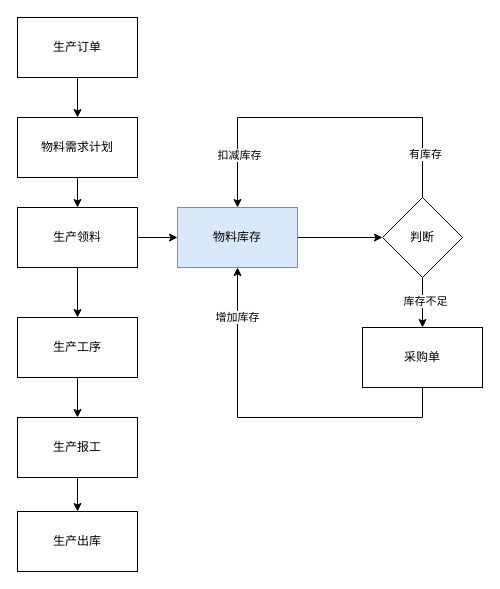
The draw.io diagram 生产管理.drawio in pbm0802/GitIDEATest, before the edit. Source tidied: cells renumbered, new cells numbered last; positions are measured from the earlier drawing's top-left corner, leaving out a move shared by most shapes. Both pictures are drawn from the tidied source at 100%, with x=0, y=0 at pixel (17, 17).
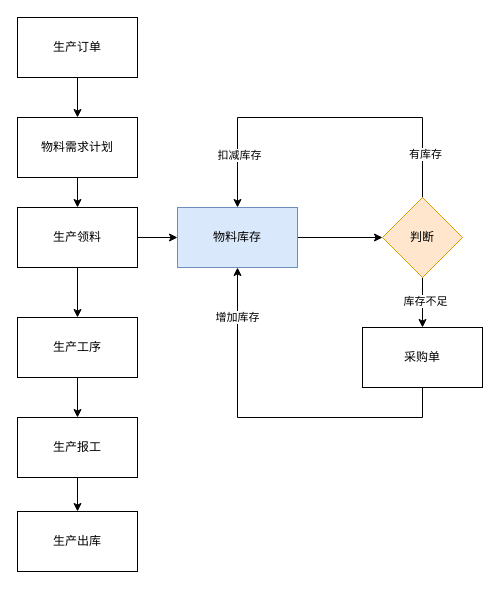
The same page after the edit.

Commit message (it also covers changes not shown here):
更新生产管理.drawio

Change to the diagram source:
```diff
@@
-    <mxCell id="19" value="判断" style="rhombus;whiteSpace=wrap;html=1;" parent="1" vertex="1">
+    <mxCell id="19" value="判断" style="rhombus;whiteSpace=wrap;html=1;fillColor=#ffe6cc;strokeColor=#d79b00;" parent="1" vertex="1">
       <mxGeometry x="365" y="180" width="80" height="80" as="geometry" />
     </mxCell>
```
